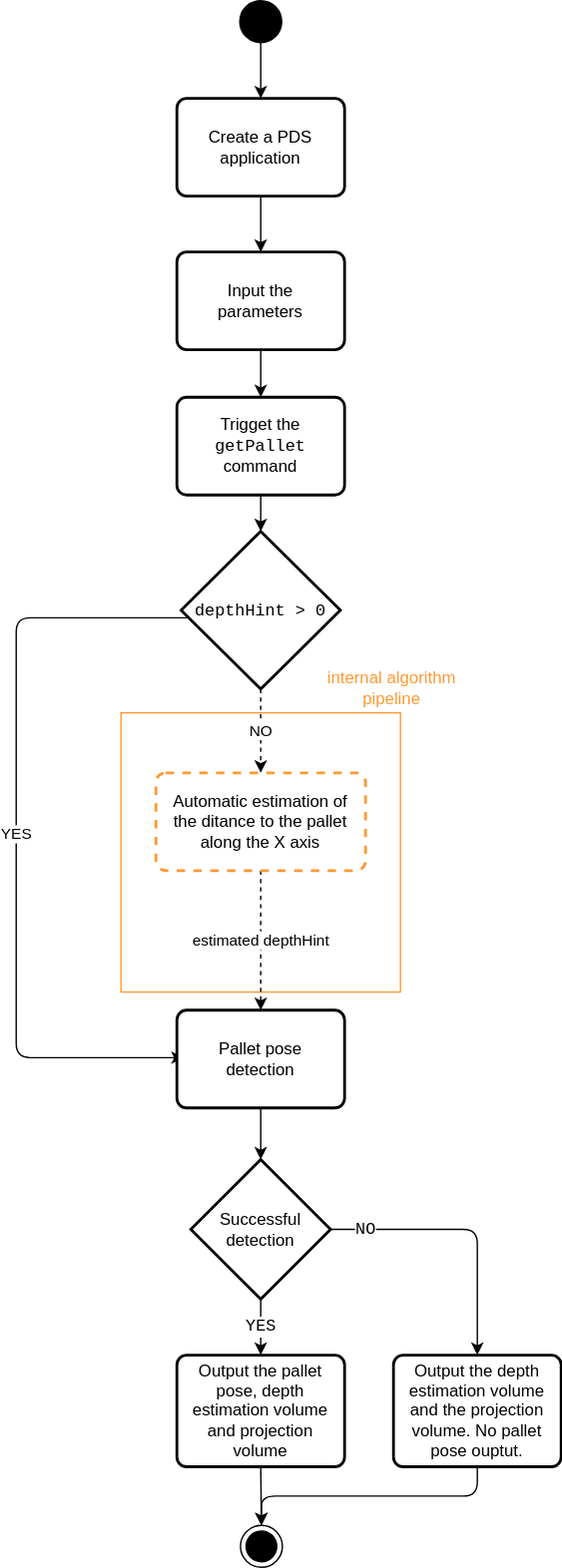
The draw.io diagram PDS/GetPallet/resources/getPallet_flowchart.drawio.svg in ifm/documentation, before a commit. Source tidied: cells renumbered, new cells last; positions are measured from the earlier drawing's top-left corner, leaving out a move shared by most shapes.
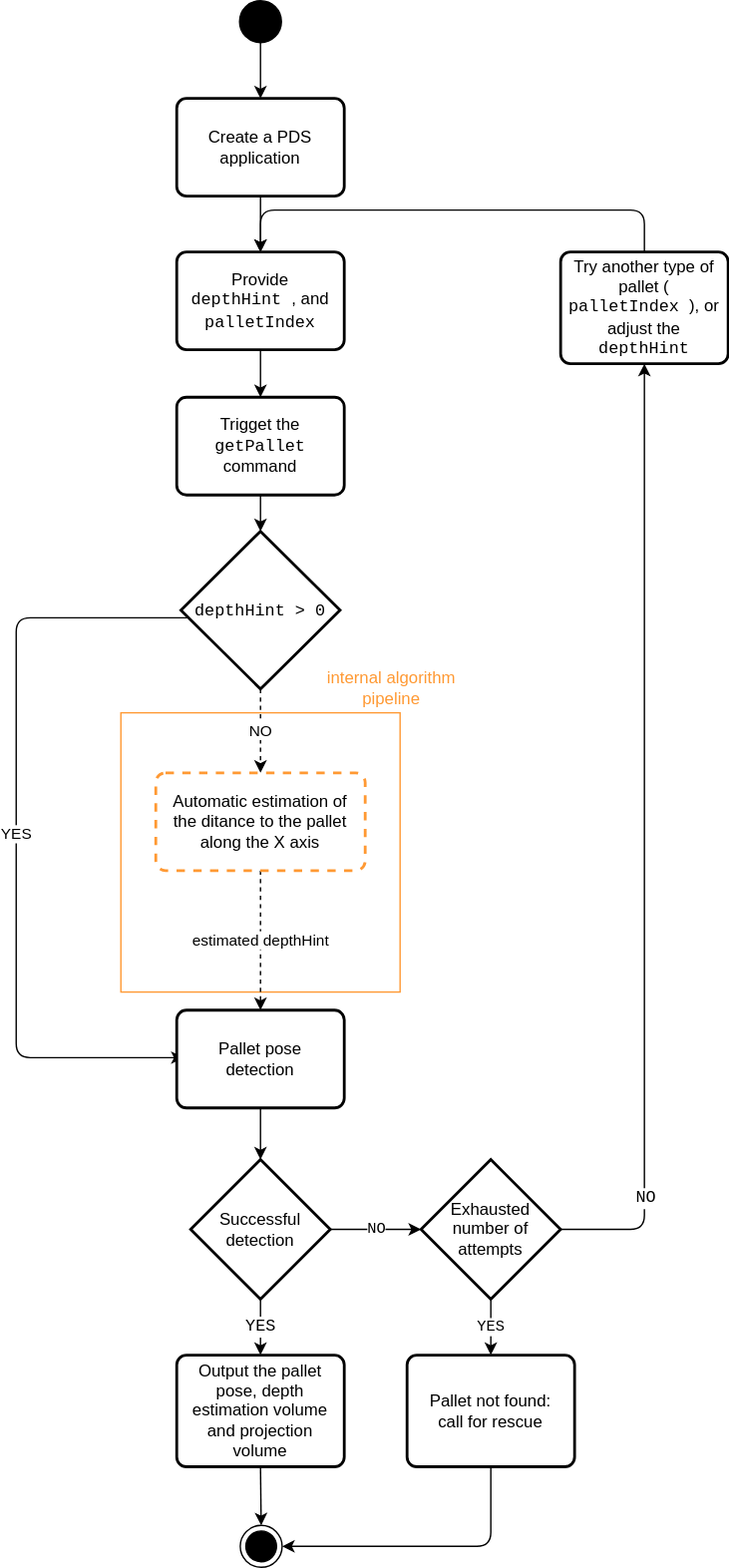
Later version of the same file.

Diff of the diagram source:
```diff
@@ -63,7 +63,7 @@
     <mxCell id="19" value="internal algorithm pipeline" style="rounded=0;whiteSpace=wrap;html=1;dashed=1;fillColor=none;strokeColor=none;fontColor=#FF9933;" parent="1" vertex="1">
       <mxGeometry x="209" y="462" width="120" height="60" as="geometry" />
     </mxCell>
-    <mxCell id="20" value="Input the parameters" style="rounded=1;whiteSpace=wrap;html=1;absoluteArcSize=1;arcSize=14;strokeWidth=2;spacingLeft=5;spacingRight=5;" parent="1" vertex="1">
+    <mxCell id="20" value="Provide &lt;font face=&quot;Courier New&quot;&gt;depthHint&lt;/font&gt;, and &lt;font face=&quot;Courier New&quot;&gt;palletIndex&lt;/font&gt;&amp;nbsp;" style="rounded=1;whiteSpace=wrap;html=1;absoluteArcSize=1;arcSize=14;strokeWidth=2;spacingLeft=5;spacingRight=5;" parent="1" vertex="1">
       <mxGeometry x="115" y="180" width="120" height="70" as="geometry" />
     </mxCell>
     <mxCell id="21" value="Create a PDS application" style="rounded=1;whiteSpace=wrap;html=1;absoluteArcSize=1;arcSize=14;strokeWidth=2;" parent="1" vertex="1">
@@ -72,24 +72,49 @@
     <mxCell id="22" value="&lt;font style=&quot;font-size: 12px;&quot; color=&quot;#000000&quot;&gt;YES&lt;br&gt;&lt;/font&gt;" style="edgeStyle=none;html=1;exitX=0.5;exitY=1;exitDx=0;exitDy=0;exitPerimeter=0;fontFamily=Courier New;fontColor=#FF9933;" parent="1" edge="1" source="25" target="13">
       <mxGeometry relative="1" as="geometry" />
     </mxCell>
-    <mxCell id="23" style="edgeStyle=none;html=1;exitX=1;exitY=0.5;exitDx=0;exitDy=0;exitPerimeter=0;entryX=0.5;entryY=0;entryDx=0;entryDy=0;fontFamily=Courier New;fontSize=12;fontColor=#000000;" parent="1" edge="1" source="25" target="27">
+    <mxCell id="23" style="edgeStyle=none;html=1;exitX=1;exitY=0.5;exitDx=0;exitDy=0;exitPerimeter=0;entryX=0.5;entryY=1;entryDx=0;entryDy=0;fontFamily=Courier New;fontSize=12;fontColor=#000000;" parent="1" edge="1" source="30" target="27">
       <mxGeometry relative="1" as="geometry">
         <Array as="points">
-          <mxPoint x="330" y="880" />
+          <mxPoint x="450" y="880" />
         </Array>
       </mxGeometry>
     </mxCell>
     <mxCell id="24" value="NO" style="edgeLabel;html=1;align=center;verticalAlign=middle;fontSize=12;fontFamily=Courier New;fontColor=#000000;" parent="23" vertex="1">
       <mxGeometry x="-0.76" relative="1" as="geometry" />
     </mxCell>
+    <mxCell id="28" value="NO" style="edgeStyle=none;html=1;exitX=1;exitY=0.5;exitDx=0;exitDy=0;exitPerimeter=0;entryX=0;entryY=0.5;entryDx=0;entryDy=0;entryPerimeter=0;fontFamily=Courier New;" parent="1" edge="1" source="25" target="30">
+      <mxGeometry relative="1" as="geometry" />
+    </mxCell>
     <mxCell id="25" value="Successful detection" style="strokeWidth=2;html=1;shape=mxgraph.flowchart.decision;whiteSpace=wrap;spacingLeft=5;spacingTop=5;spacingBottom=5;spacingRight=5;" parent="1" vertex="1">
       <mxGeometry x="125" y="830" width="100" height="100" as="geometry" />
     </mxCell>
-    <mxCell id="26" style="edgeStyle=elbowEdgeStyle;html=1;exitX=0.5;exitY=1;exitDx=0;exitDy=0;entryX=0.5;entryY=0;entryDx=0;entryDy=0;fontFamily=Courier New;fontSize=12;fontColor=#000000;elbow=vertical;" parent="1" edge="1" source="27" target="16">
-      <mxGeometry relative="1" as="geometry" />
+    <mxCell id="26" style="edgeStyle=none;html=1;exitX=0.5;exitY=0;exitDx=0;exitDy=0;entryX=0.5;entryY=0;entryDx=0;entryDy=0;fontFamily=Courier New;" parent="1" edge="1" source="27" target="20">
+      <mxGeometry relative="1" as="geometry">
+        <Array as="points">
+          <mxPoint x="450" y="150" />
+          <mxPoint x="310" y="150" />
+          <mxPoint x="175" y="150" />
+        </Array>
+      </mxGeometry>
     </mxCell>
-    <mxCell id="27" value="Output the depth estimation volume and the projection volume. No pallet pose ouptut." style="rounded=1;whiteSpace=wrap;html=1;absoluteArcSize=1;arcSize=14;strokeWidth=2;spacingLeft=5;spacingRight=5;" parent="1" vertex="1">
-      <mxGeometry x="270" y="970" width="120" height="80" as="geometry" />
+    <mxCell id="27" value="Try another type of pallet (&lt;font face=&quot;Courier New&quot;&gt;palletIndex&lt;/font&gt;), or adjust the &lt;font face=&quot;Courier New&quot;&gt;depthHint&lt;/font&gt;" style="rounded=1;whiteSpace=wrap;html=1;absoluteArcSize=1;arcSize=14;strokeWidth=2;spacingLeft=5;spacingRight=5;" parent="1" vertex="1">
+      <mxGeometry x="390" y="180" width="120" height="80" as="geometry" />
     </mxCell>
+    <mxCell id="29" value="YES" style="edgeStyle=none;html=1;exitX=0.5;exitY=1;exitDx=0;exitDy=0;exitPerimeter=0;entryX=0.5;entryY=0;entryDx=0;entryDy=0;fontFamily=Courier New;" parent="1" edge="1" source="30" target="32">
+      <mxGeometry relative="1" as="geometry" />
+    </mxCell>
+    <mxCell id="30" value="Exhausted number of attempts&amp;nbsp;" style="strokeWidth=2;html=1;shape=mxgraph.flowchart.decision;whiteSpace=wrap;spacingLeft=5;spacingTop=5;spacingBottom=5;spacingRight=5;" parent="1" vertex="1">
+      <mxGeometry x="290" y="830" width="100" height="100" as="geometry" />
+    </mxCell>
+    <mxCell id="31" style="edgeStyle=none;html=1;exitX=0.5;exitY=1;exitDx=0;exitDy=0;entryX=1;entryY=0.5;entryDx=0;entryDy=0;fontFamily=Courier New;" parent="1" edge="1" source="32" target="16">
+      <mxGeometry relative="1" as="geometry">
+        <Array as="points">
+          <mxPoint x="340" y="1107" />
+        </Array>
+      </mxGeometry>
+    </mxCell>
+    <mxCell id="32" value="Pallet not found: call for rescue" style="rounded=1;whiteSpace=wrap;html=1;absoluteArcSize=1;arcSize=14;strokeWidth=2;spacingLeft=5;spacingRight=5;spacingTop=5;spacingBottom=5;" parent="1" vertex="1">
+      <mxGeometry x="280" y="970" width="120" height="80" as="geometry" />
+    </mxCell>
   </root>
 </mxGraphModel>
```
